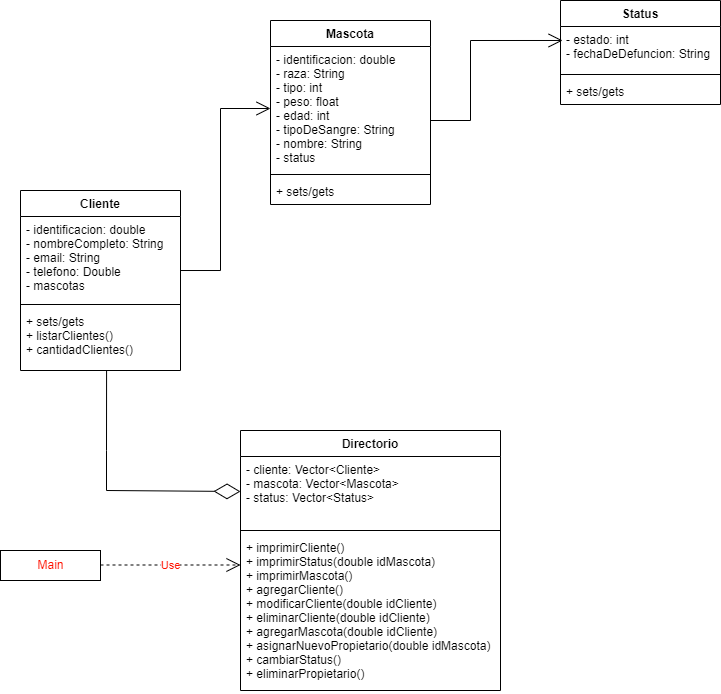
Before: ClinicaVeterinariUML.drawio.png, a diagram exported from draw.io (JuanRx19/ClinicaVeterinaria). Source tidied: cells renumbered, new cells last; positions are measured from the earlier drawing's top-left corner, leaving out a move shared by most shapes.
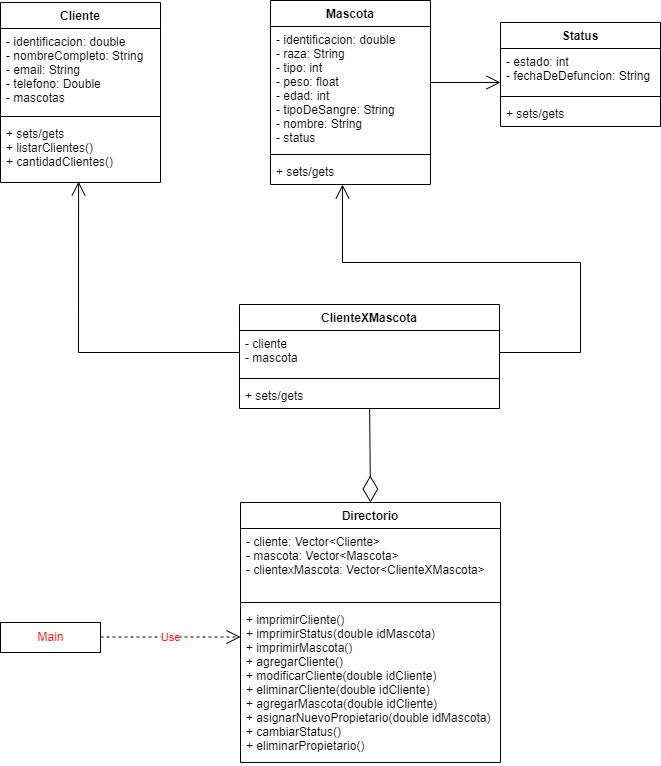
After the change.

Commit message:
UML Actualizado - ClinicaVeterinaria

Diff of the diagram source:
```diff
@@ -3,16 +3,16 @@
     <mxCell id="0" />
     <mxCell id="1" parent="0" />
     <mxCell id="2" value="&lt;font color=&quot;#ff1100&quot;&gt;Main&lt;/font&gt;" style="html=1;" parent="1" vertex="1">
-      <mxGeometry y="550" width="100" height="30" as="geometry" />
+      <mxGeometry x="20" y="590" width="100" height="30" as="geometry" />
     </mxCell>
     <mxCell id="3" value="Use" style="endArrow=open;endSize=12;dashed=1;html=1;rounded=0;fontColor=#FF1100;" parent="1" edge="1">
       <mxGeometry relative="1" as="geometry">
-        <mxPoint x="100" y="564.5" as="sourcePoint" />
-        <mxPoint x="240" y="564.5" as="targetPoint" />
+        <mxPoint x="120" y="604.5" as="sourcePoint" />
+        <mxPoint x="260" y="604.5" as="targetPoint" />
       </mxGeometry>
     </mxCell>
     <mxCell id="4" value="Cliente" style="swimlane;fontStyle=1;align=center;verticalAlign=top;horizontal=1;startSize=26;fontColor=#000000;" parent="1" vertex="1">
-      <mxGeometry x="20" y="190" width="160" height="180" as="geometry" />
+      <mxGeometry x="20" y="-30" width="160" height="180" as="geometry" />
     </mxCell>
     <mxCell id="5" value="- identificacion: double&#10;- nombreCompleto: String&#10;- email: String&#10;- telefono: Double&#10;- mascotas" style="text;strokeColor=none;fillColor=none;align=left;verticalAlign=top;spacingLeft=4;spacingRight=4;overflow=hidden;fontColor=#000000;" parent="4" vertex="1">
       <mxGeometry y="26" width="160" height="84" as="geometry" />
@@ -24,7 +24,7 @@
       <mxGeometry y="118" width="160" height="62" as="geometry" />
     </mxCell>
     <mxCell id="8" value="Mascota" style="swimlane;fontStyle=1;align=center;verticalAlign=top;horizontal=1;startSize=26;fontColor=#000000;" parent="1" vertex="1">
-      <mxGeometry x="270" y="20" width="160" height="184" as="geometry" />
+      <mxGeometry x="290" y="-32" width="160" height="184" as="geometry" />
     </mxCell>
     <mxCell id="9" value="- identificacion: double&#10;- raza: String&#10;- tipo: int&#10;- peso: float&#10;- edad: int&#10;- tipoDeSangre: String&#10;- nombre: String&#10;- status" style="text;strokeColor=none;fillColor=none;align=left;verticalAlign=top;spacingLeft=4;spacingRight=4;overflow=hidden;points=[[0,0.5],[1,0.5]];portConstraint=eastwest;fontColor=#000000;" parent="8" vertex="1">
       <mxGeometry y="26" width="160" height="124" as="geometry" />
@@ -36,30 +36,27 @@
       <mxGeometry y="158" width="160" height="26" as="geometry" />
     </mxCell>
     <mxCell id="12" value="Status" style="swimlane;fontStyle=1;align=center;verticalAlign=top;horizontal=1;startSize=26;fontColor=#000000;" parent="1" vertex="1">
-      <mxGeometry x="560" width="160" height="104" as="geometry" />
+      <mxGeometry x="520" y="-10" width="160" height="104" as="geometry" />
     </mxCell>
     <mxCell id="13" value="- estado: int&#10;- fechaDeDefuncion: String" style="text;strokeColor=none;fillColor=none;align=left;verticalAlign=top;spacingLeft=4;spacingRight=4;overflow=hidden;points=[[0,0.5],[1,0.5]];portConstraint=eastwest;fontColor=#000000;" parent="12" vertex="1">
       <mxGeometry y="26" width="160" height="44" as="geometry" />
     </mxCell>
+    <mxCell id="23" style="endArrow=open;endFill=1;endSize=12;html=1;rounded=0;" parent="12" edge="1">
+      <mxGeometry relative="1" as="geometry">
+        <mxPoint x="-70" y="60" as="sourcePoint" />
+        <mxPoint y="60" as="targetPoint" />
+      </mxGeometry>
+    </mxCell>
     <mxCell id="14" style="line;strokeWidth=1;fillColor=none;align=left;verticalAlign=middle;spacingTop=-1;spacingLeft=3;spacingRight=3;labelPosition=right;fontColor=#FF1100;" parent="12" vertex="1">
       <mxGeometry y="70" width="160" height="8" as="geometry" />
     </mxCell>
     <mxCell id="15" value="+ sets/gets" style="text;strokeColor=none;fillColor=none;align=left;verticalAlign=top;spacingLeft=4;spacingRight=4;overflow=hidden;fontColor=#000000;" parent="12" vertex="1">
       <mxGeometry y="78" width="160" height="26" as="geometry" />
     </mxCell>
-    <mxCell id="16" style="endArrow=open;endFill=1;endSize=12;html=1;rounded=0;fontColor=#000000;entryX=0.013;entryY=0.318;entryDx=0;entryDy=0;entryPerimeter=0;" parent="1" edge="1" target="13">
-      <mxGeometry relative="1" as="geometry">
-        <mxPoint x="430" y="120" as="sourcePoint" />
-        <Array as="points">
-          <mxPoint x="470" y="120" />
-          <mxPoint x="470" y="40" />
-        </Array>
-      </mxGeometry>
-    </mxCell>
     <mxCell id="17" value="Directorio" style="swimlane;fontStyle=1;align=center;verticalAlign=top;horizontal=1;startSize=26;" parent="1" vertex="1">
-      <mxGeometry x="240" y="430" width="260" height="260" as="geometry" />
+      <mxGeometry x="260" y="470" width="260" height="260" as="geometry" />
     </mxCell>
-    <mxCell id="18" value="- cliente: Vector&lt;Cliente&gt;&#10;- mascota: Vector&lt;Mascota&gt;&#10;- status: Vector&lt;Status&gt;" style="text;strokeColor=none;fillColor=none;align=left;verticalAlign=top;spacingLeft=4;spacingRight=4;overflow=hidden;points=[[0,0.5],[1,0.5]];portConstraint=eastwest;" parent="17" vertex="1">
+    <mxCell id="18" value="- cliente: Vector&lt;Cliente&gt;&#10;- mascota: Vector&lt;Mascota&gt;&#10;- clientexMascota: Vector&lt;ClienteXMascota&gt;" style="text;strokeColor=none;fillColor=none;align=left;verticalAlign=top;spacingLeft=4;spacingRight=4;overflow=hidden;points=[[0,0.5],[1,0.5]];portConstraint=eastwest;" parent="17" vertex="1">
       <mxGeometry y="26" width="260" height="70" as="geometry" />
     </mxCell>
     <mxCell id="19" style="line;strokeWidth=1;fillColor=none;align=left;verticalAlign=middle;spacingTop=-1;spacingLeft=3;spacingRight=3;labelPosition=right;" parent="17" vertex="1">
@@ -68,22 +65,36 @@
     <mxCell id="20" value="+ imprimirCliente()&#10;+ imprimirStatus(double idMascota)&#10;+ imprimirMascota()&#10;+ agregarCliente()&#10;+ modificarCliente(double idCliente)&#10;+ eliminarCliente(double idCliente)&#10;+ agregarMascota(double idCliente)&#10;+ asignarNuevoPropietario(double idMascota)&#10;+ cambiarStatus()&#10;+ eliminarPropietario()" style="text;strokeColor=none;fillColor=none;align=left;verticalAlign=top;spacingLeft=4;spacingRight=4;overflow=hidden;" parent="17" vertex="1">
       <mxGeometry y="104" width="260" height="156" as="geometry" />
     </mxCell>
-    <mxCell id="21" style="endArrow=open;endFill=1;endSize=12;html=1;rounded=0;fontColor=#000000;entryX=0;entryY=0.5;entryDx=0;entryDy=0;" parent="1" edge="1" target="9">
-      <mxGeometry relative="1" as="geometry">
-        <mxPoint x="180" y="270" as="sourcePoint" />
-        <Array as="points">
-          <mxPoint x="220" y="270" />
-          <mxPoint x="220" y="108" />
-        </Array>
-      </mxGeometry>
-    </mxCell>
-    <mxCell id="22" style="endArrow=diamondThin;endFill=0;endSize=24;html=1;rounded=0;entryX=0;entryY=0.5;entryDx=0;entryDy=0;exitX=0.538;exitY=1;exitDx=0;exitDy=0;exitPerimeter=0;" parent="1" edge="1" source="7" target="18">
-      <mxGeometry relative="1" as="geometry">
-        <Array as="points">
-          <mxPoint x="106" y="450" />
-          <mxPoint x="106" y="490" />
-        </Array>
-      </mxGeometry>
-    </mxCell>
+    <mxCell id="24" value="ClienteXMascota" style="swimlane;fontStyle=1;align=center;verticalAlign=top;horizontal=1;startSize=26;fontColor=#000000;" parent="1" vertex="1">
+      <mxGeometry x="259" y="272" width="260" height="104" as="geometry" />
+    </mxCell>
+    <mxCell id="25" value="- cliente&#10;- mascota" style="text;strokeColor=none;fillColor=none;align=left;verticalAlign=top;spacingLeft=4;spacingRight=4;overflow=hidden;points=[[0,0.5],[1,0.5]];portConstraint=eastwest;fontColor=#000000;" parent="24" vertex="1">
+      <mxGeometry y="26" width="260" height="44" as="geometry" />
+    </mxCell>
+    <mxCell id="26" style="line;strokeWidth=1;fillColor=none;align=left;verticalAlign=middle;spacingTop=-1;spacingLeft=3;spacingRight=3;labelPosition=right;fontColor=#FF1100;" parent="24" vertex="1">
+      <mxGeometry y="70" width="260" height="8" as="geometry" />
+    </mxCell>
+    <mxCell id="27" value="+ sets/gets" style="text;strokeColor=none;fillColor=none;align=left;verticalAlign=top;spacingLeft=4;spacingRight=4;overflow=hidden;points=[[0,0.5],[1,0.5]];portConstraint=eastwest;fontColor=#000000;" parent="24" vertex="1">
+      <mxGeometry y="78" width="260" height="26" as="geometry" />
+    </mxCell>
+    <mxCell id="28" style="endArrow=diamondThin;endFill=0;endSize=24;html=1;rounded=0;entryX=0.5;entryY=0;entryDx=0;entryDy=0;" parent="1" edge="1" source="27" target="17">
+      <mxGeometry relative="1" as="geometry" />
+    </mxCell>
+    <mxCell id="29" style="endArrow=open;endFill=1;endSize=12;html=1;rounded=0;entryX=0.488;entryY=0.984;entryDx=0;entryDy=0;entryPerimeter=0;exitX=0;exitY=0.5;exitDx=0;exitDy=0;" parent="1" edge="1" source="25" target="7">
+      <mxGeometry relative="1" as="geometry">
+        <Array as="points">
+          <mxPoint x="98" y="320" />
+        </Array>
+      </mxGeometry>
+    </mxCell>
+    <mxCell id="30" style="endArrow=open;endFill=1;endSize=12;html=1;rounded=0;exitX=1;exitY=0.5;exitDx=0;exitDy=0;entryX=0.45;entryY=1;entryDx=0;entryDy=0;entryPerimeter=0;" parent="1" edge="1" source="25" target="11">
+      <mxGeometry relative="1" as="geometry">
+        <Array as="points">
+          <mxPoint x="600" y="320" />
+          <mxPoint x="600" y="230" />
+          <mxPoint x="362" y="230" />
+        </Array>
+      </mxGeometry>
+    </mxCell>
   </root>
 </mxGraphModel>
```
